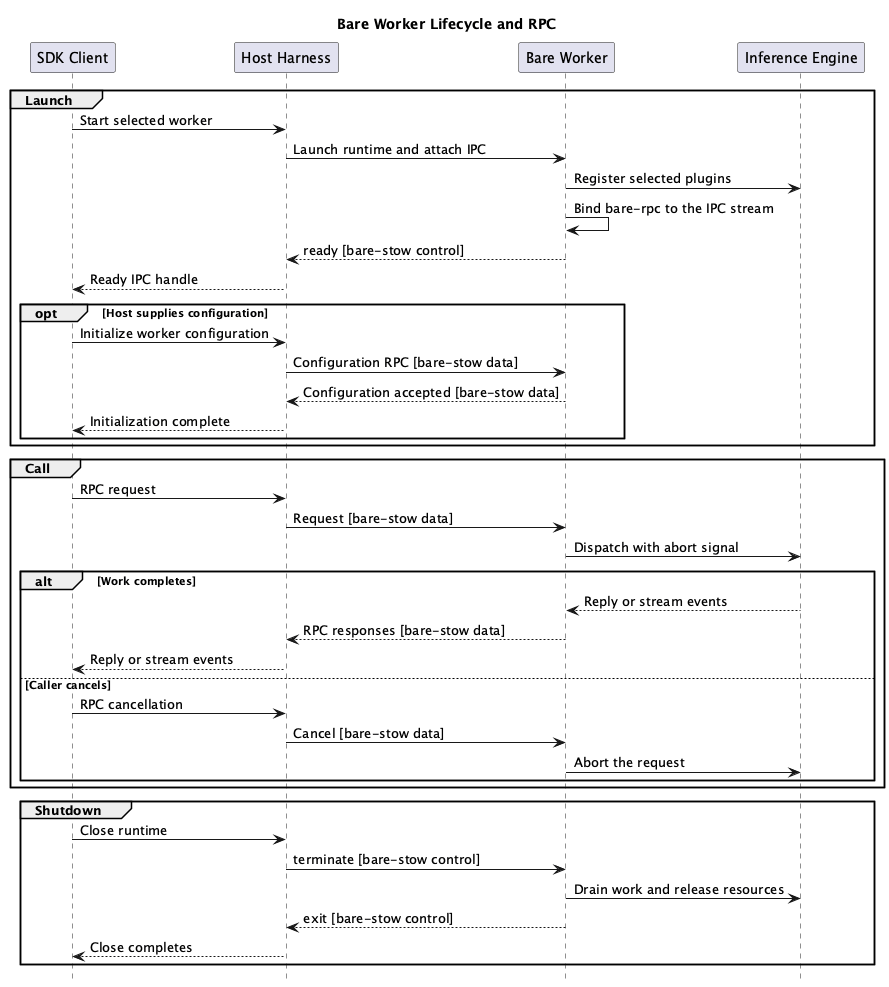
This is docs/architecture/puml/images/07-rpc-communication-flow.png from tetherto/qvac, a PlantUML export, as it was before one commit. Its diagram source:
```plantuml
@startuml
title Bare Worker Lifecycle and RPC
hide footbox

participant "SDK Client" as Client
participant "Host Harness" as Host
participant "Bare Worker" as Worker
participant "Inference Engine" as Engine

group Launch
    Client -> Host : Start selected worker
    Host -> Worker : Launch runtime and attach IPC
    Worker -> Engine : Register selected plugins
    Worker -> Worker : Bind bare-rpc to the IPC stream
    Worker --> Host : ready [bare-stow control]
    Host --> Client : Ready IPC handle
    opt Host supplies configuration
        Client -> Host : Initialize worker configuration
        Host -> Worker : Configuration RPC [bare-stow data]
        Worker --> Host : Configuration accepted [bare-stow data]
        Host --> Client : Initialization complete
    end
end

group Call
    Client -> Host : RPC request
    Host -> Worker : Request [bare-stow data]
    Worker -> Engine : Dispatch with abort signal
    alt Work completes
        Engine --> Worker : Reply or stream events
        Worker --> Host : RPC responses [bare-stow data]
        Host --> Client : Reply or stream events
    else Caller cancels
        Client -> Host : RPC cancellation
        Host -> Worker : Cancel [bare-stow data]
        Worker -> Engine : Abort the request
    end
end

group Shutdown
    Client -> Host : Close runtime
    Host -> Worker : terminate [bare-stow control]
    Worker -> Engine : Drain work and release resources
    Worker --> Host : exit [bare-stow control]
    Host --> Client : Close completes
end
@enduml
```
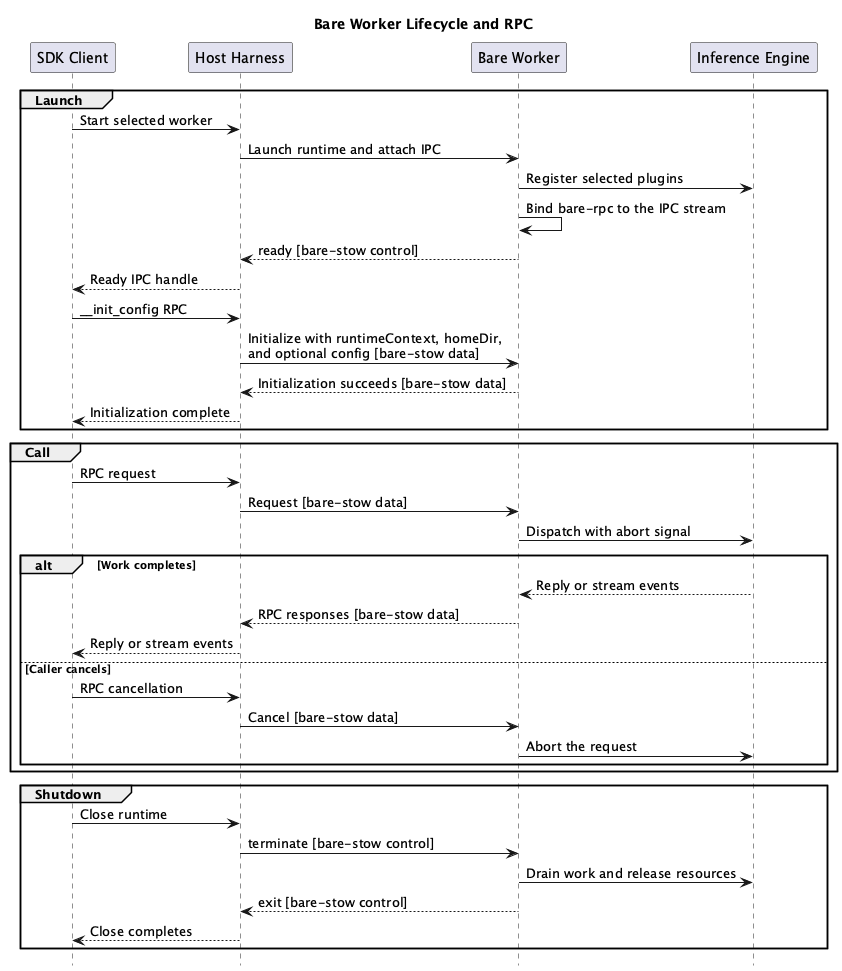
After the commit.

Change to the diagram source:
```diff
@@ -14,12 +14,10 @@
     Worker -> Worker : Bind bare-rpc to the IPC stream
     Worker --> Host : ready [bare-stow control]
     Host --> Client : Ready IPC handle
-    opt Host supplies configuration
-        Client -> Host : Initialize worker configuration
-        Host -> Worker : Configuration RPC [bare-stow data]
-        Worker --> Host : Configuration accepted [bare-stow data]
-        Host --> Client : Initialization complete
-    end
+    Client -> Host : __init_config RPC
+    Host -> Worker : Initialize with runtimeContext, homeDir,\nand optional config [bare-stow data]
+    Worker --> Host : Initialization succeeds [bare-stow data]
+    Host --> Client : Initialization complete
 end
 
 group Call
```
